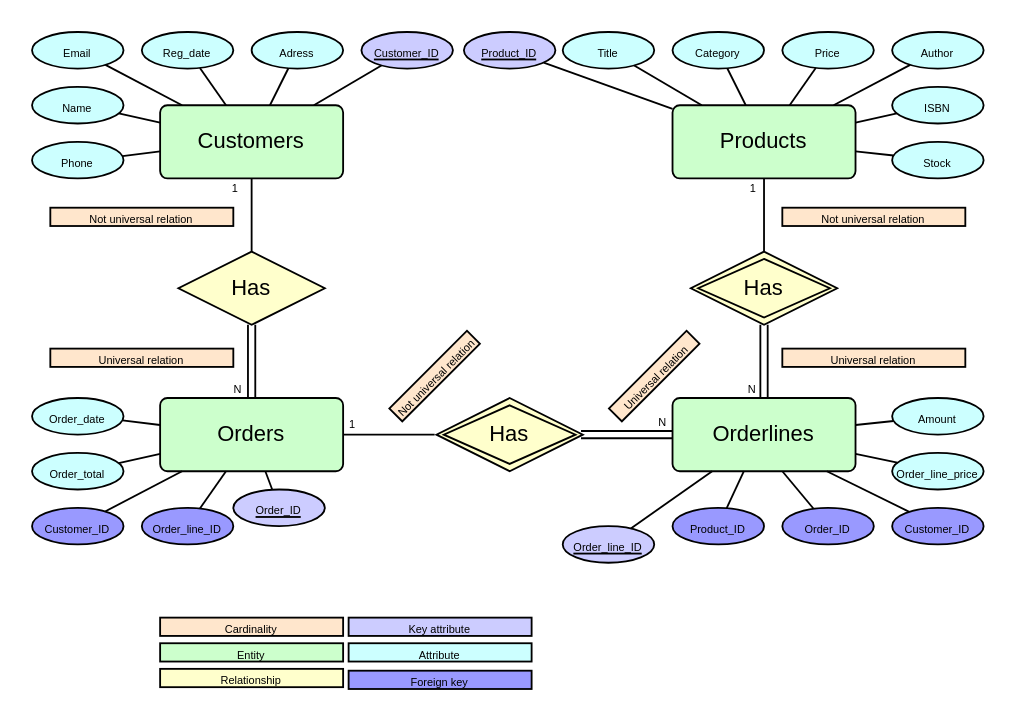
This is Relationsmodel.drawio from MagRos715/inlamnning_1, a draw.io file, before an edit. Source tidied: cells renumbered, new cells numbered last; positions are measured from the earlier drawing's top-left corner, leaving out a move shared by most shapes. Both pictures are drawn from the tidied source at 183%, with x=0, y=0 at pixel (31, 31).
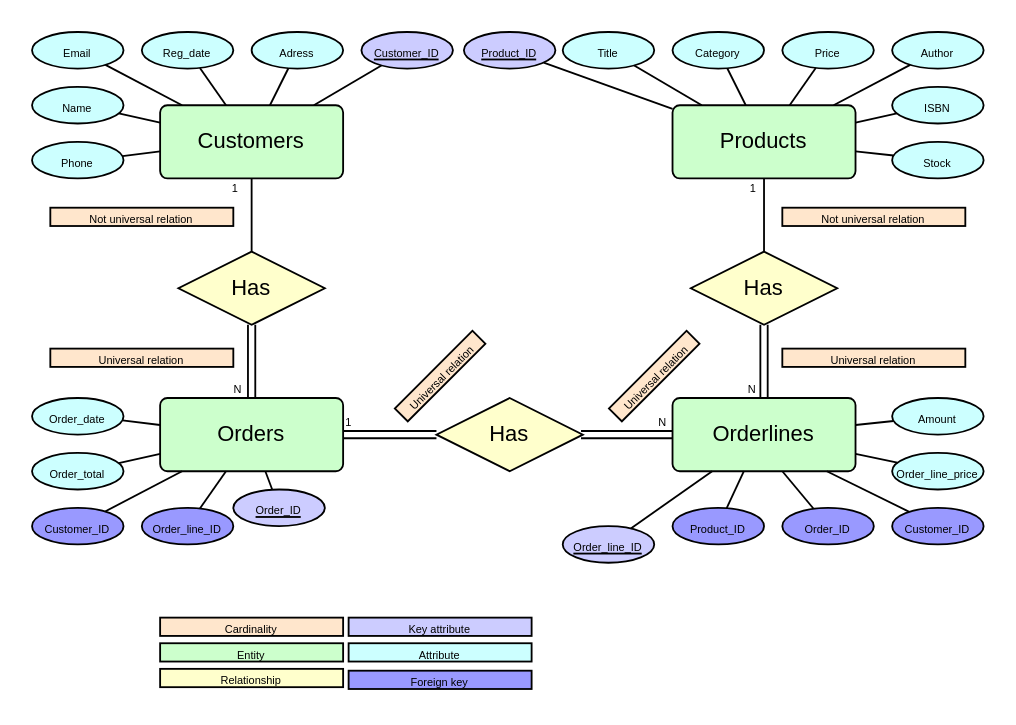
After the change.

The change refers to these unchanged cells:
```xml
<mxCell id="4" value="Orders" style="rounded=1;arcSize=10;whiteSpace=wrap;html=1;align=center;fillColor=light-dark(#CCFFCC,var(--ge-dark-color, #121212));" parent="1" vertex="1">
  <mxGeometry x="70" y="200" width="100" height="40" as="geometry" />
</mxCell>
```

The edit, as a diff of the source:
```diff
@@
-    <mxCell id="14" style="endArrow=none;html=1;rounded=0;" parent="1" edge="1" target="4">
-      <mxGeometry relative="1" as="geometry">
-        <mxPoint x="220" y="220" as="sourcePoint" />
-      </mxGeometry>
-    </mxCell>
-    <mxCell id="15" value="&lt;font style=&quot;font-size: 6px;&quot;&gt;1&lt;/font&gt;" style="html=1;whiteSpace=wrap;align=right;verticalAlign=bottom;" parent="14" vertex="1">
-      <mxGeometry x="1" relative="1" as="geometry">
-        <mxPoint x="8" y="1" as="offset" />
-      </mxGeometry>
-    </mxCell>
@@
-    <mxCell id="19" value="&lt;font style=&quot;font-size: 6px;&quot;&gt;Not universal relation&lt;/font&gt;" style="whiteSpace=wrap;html=1;align=center;fillColor=light-dark(#FFE6CC,var(--ge-dark-color, #121212));rotation=-45;" parent="1" vertex="1">
-      <mxGeometry x="190" y="183" width="60" height="10" as="geometry" />
-    </mxCell>
@@
-    <mxCell id="69" value="Has" style="shape=rhombus;double=1;perimeter=rhombusPerimeter;whiteSpace=wrap;html=1;align=center;fillColor=light-dark(#FFFFCC,var(--ge-dark-color, #121212));" parent="1" vertex="1">
-      <mxGeometry x="221" y="200" width="80" height="40" as="geometry" />
-    </mxCell>
-    <mxCell id="70" value="Has" style="shape=rhombus;double=1;perimeter=rhombusPerimeter;whiteSpace=wrap;html=1;align=center;fillColor=light-dark(#FFFFCC,var(--ge-dark-color, #121212));" parent="1" vertex="1">
-      <mxGeometry x="360" y="120" width="80" height="40" as="geometry" />
-    </mxCell>
@@
-    <mxCell id="82" style="edgeStyle=none;curved=1;rounded=0;orthogonalLoop=1;jettySize=auto;html=1;exitX=1;exitY=0.5;exitDx=0;exitDy=0;fontSize=12;startSize=8;endSize=8;" parent="1" edge="1" source="19" target="19">
-      <mxGeometry relative="1" as="geometry" />
+    <mxCell id="82" style="edgeStyle=none;curved=1;rounded=0;orthogonalLoop=1;jettySize=auto;html=1;exitX=1;exitY=0.5;exitDx=0;exitDy=0;fontSize=12;startSize=8;endSize=8;" parent="1" edge="1">
+      <mxGeometry relative="1" as="geometry">
+        <mxPoint x="241.2" y="166.8" as="sourcePoint" />
+        <mxPoint x="241.2" y="166.8" as="targetPoint" />
+      </mxGeometry>
     </mxCell>
+    <mxCell id="83" style="shape=link;html=1;rounded=0;fontSize=12;startSize=8;endSize=8;curved=1;" parent="1" edge="1" target="4">
+      <mxGeometry relative="1" as="geometry">
+        <mxPoint x="221" y="220" as="sourcePoint" />
+      </mxGeometry>
+    </mxCell>
+    <mxCell id="15" value="&lt;font style=&quot;font-size: 6px;&quot;&gt;1&lt;/font&gt;" style="html=1;whiteSpace=wrap;align=right;verticalAlign=bottom;" parent="83" vertex="1">
+      <mxGeometry x="1" relative="1" as="geometry">
+        <mxPoint x="6" as="offset" />
+      </mxGeometry>
+    </mxCell>
+    <mxCell id="84" value="&lt;font style=&quot;font-size: 6px;&quot;&gt;Universal relation&lt;/font&gt;" style="whiteSpace=wrap;html=1;align=center;fillColor=light-dark(#FFE6CC,var(--ge-dark-color, #121212));rotation=-45;" parent="1" vertex="1">
+      <mxGeometry x="193" y="183" width="60" height="10" as="geometry" />
+    </mxCell>
+    <mxCell id="85" value="Has" style="shape=rhombus;perimeter=rhombusPerimeter;whiteSpace=wrap;html=1;align=center;fillColor=light-dark(#FFFFCC,var(--ge-dark-color, #121212));" parent="1" vertex="1">
+      <mxGeometry x="221" y="200" width="80" height="40" as="geometry" />
+    </mxCell>
+    <mxCell id="86" value="Has" style="shape=rhombus;perimeter=rhombusPerimeter;whiteSpace=wrap;html=1;align=center;fillColor=light-dark(#FFFFCC,var(--ge-dark-color, #121212));" parent="1" vertex="1">
+      <mxGeometry x="360" y="120" width="80" height="40" as="geometry" />
+    </mxCell>
```
